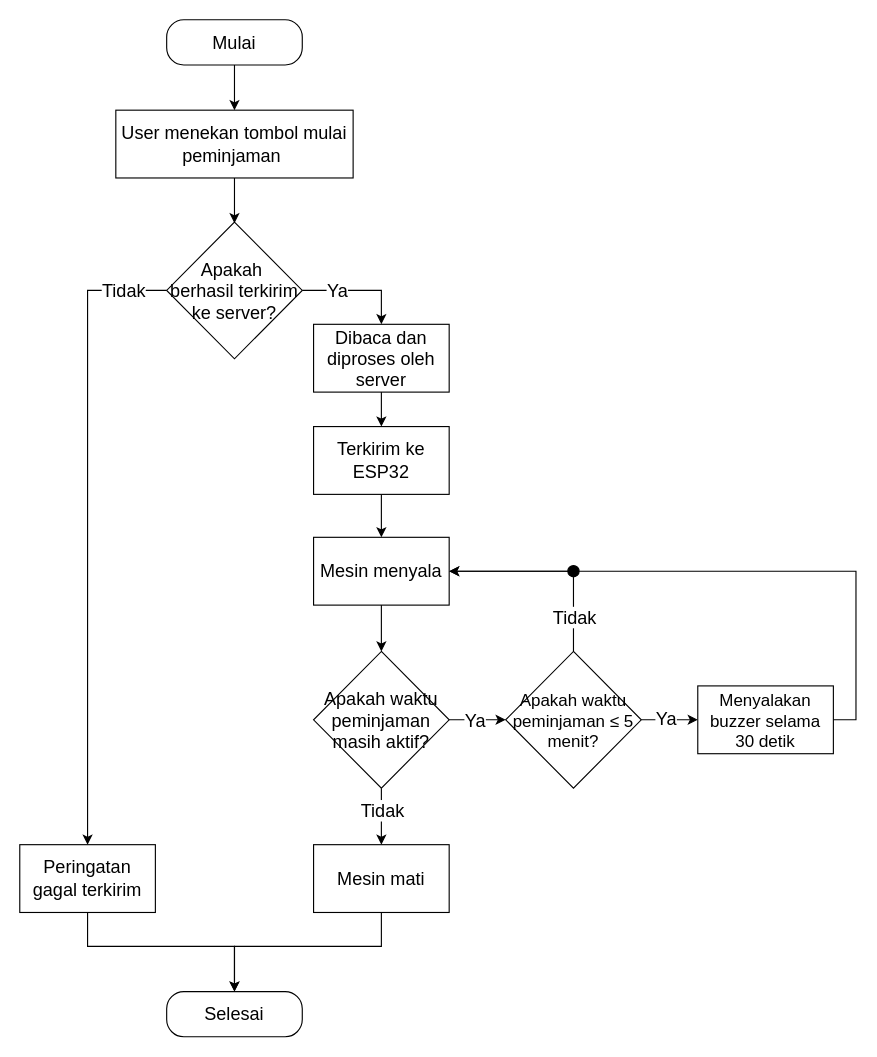
Before: page "Sistem Integrasi" (15 of 39) of Diagram Aktivitas Admin.drawio.xml in murtianggraeni/TugasAkhir_Flowchart, a draw.io diagram. Source tidied: cells renumbered, new cells numbered last; positions are measured from the earlier drawing's top-left corner, leaving out a move shared by most shapes. Both pictures are drawn from the tidied source at 113%, with x=0, y=0 at pixel (19, 19).
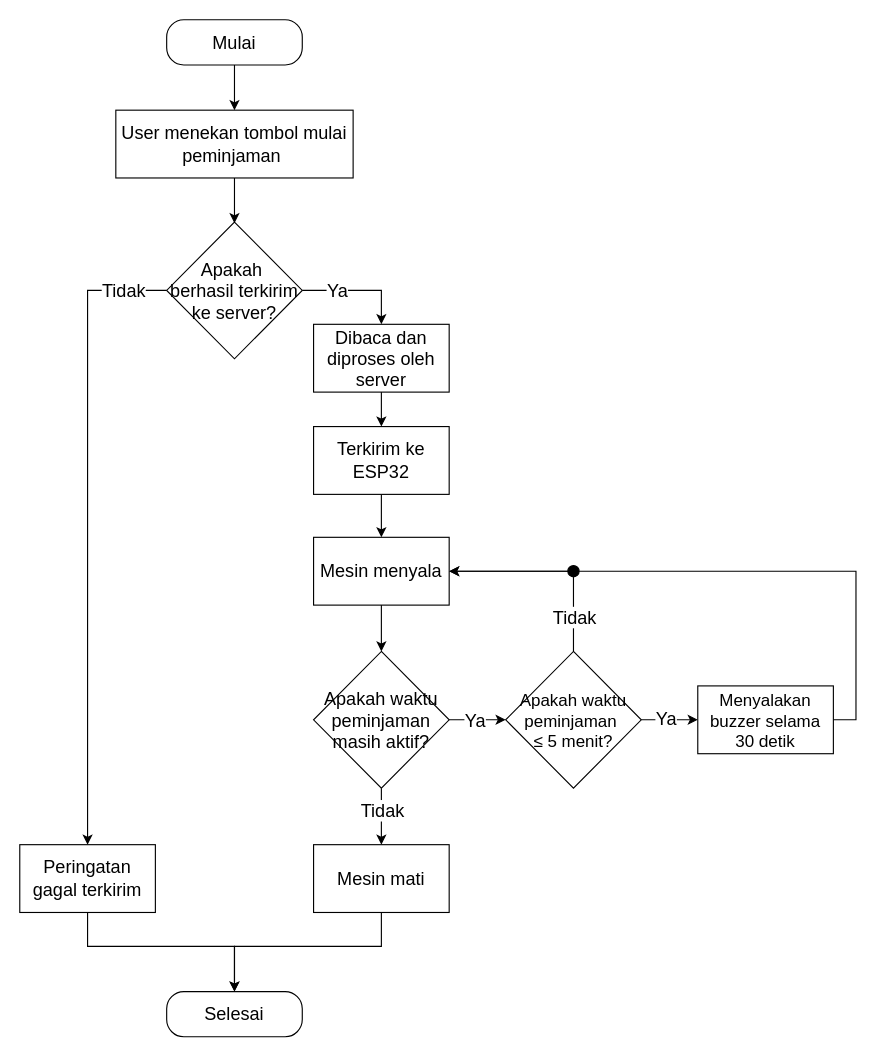
The same page after the edit.

Change to the diagram source:
```diff
@@
-    <mxCell id="26" value="&lt;span style=&quot;font-size: 15px;&quot;&gt;Apakah waktu peminjaman&amp;nbsp;≤ 5 menit?&lt;/span&gt;" style="rhombus;whiteSpace=wrap;html=1;" parent="1" vertex="1">
+    <mxCell id="26" value="&lt;span style=&quot;font-size: 15px;&quot;&gt;Apakah waktu peminjaman&amp;nbsp;&lt;/span&gt;&lt;div&gt;&lt;span style=&quot;font-size: 15px;&quot;&gt;≤ 5 menit?&lt;/span&gt;&lt;/div&gt;" style="rhombus;whiteSpace=wrap;html=1;" parent="1" vertex="1">
       <mxGeometry x="430" y="559" width="120" height="121" as="geometry" />
     </mxCell>
```
